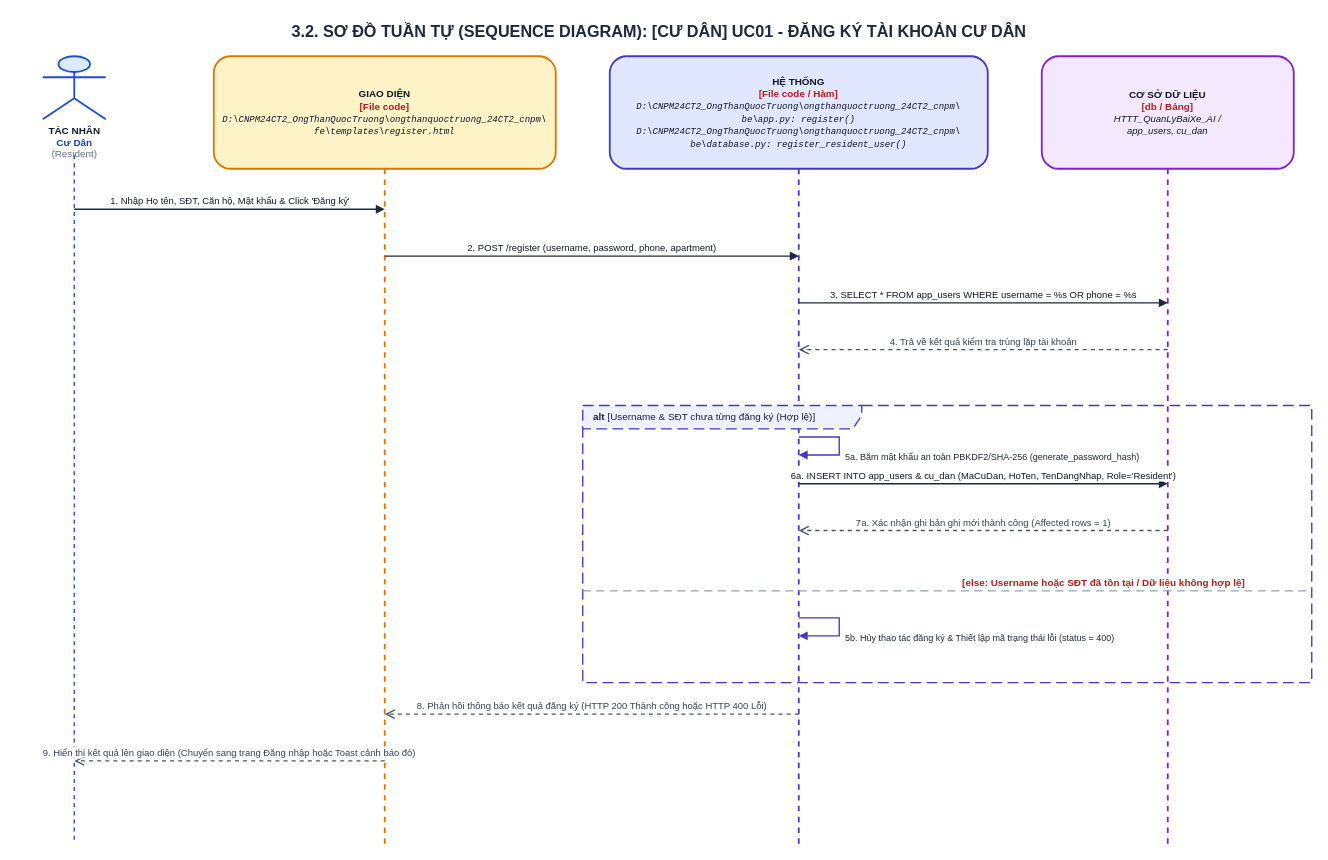
The draw.io diagram ongthanquoctruong_24CT2_cnpm/docs/drawio/uc01_resident_register.drawio in Truong027/CNPM24, before the edit. Source tidied: cells renumbered, new cells numbered last; positions are measured from the earlier drawing's top-left corner, leaving out a move shared by most shapes. Both pictures are drawn from the tidied source at 90%, with x=0, y=0 at pixel (15, 15).
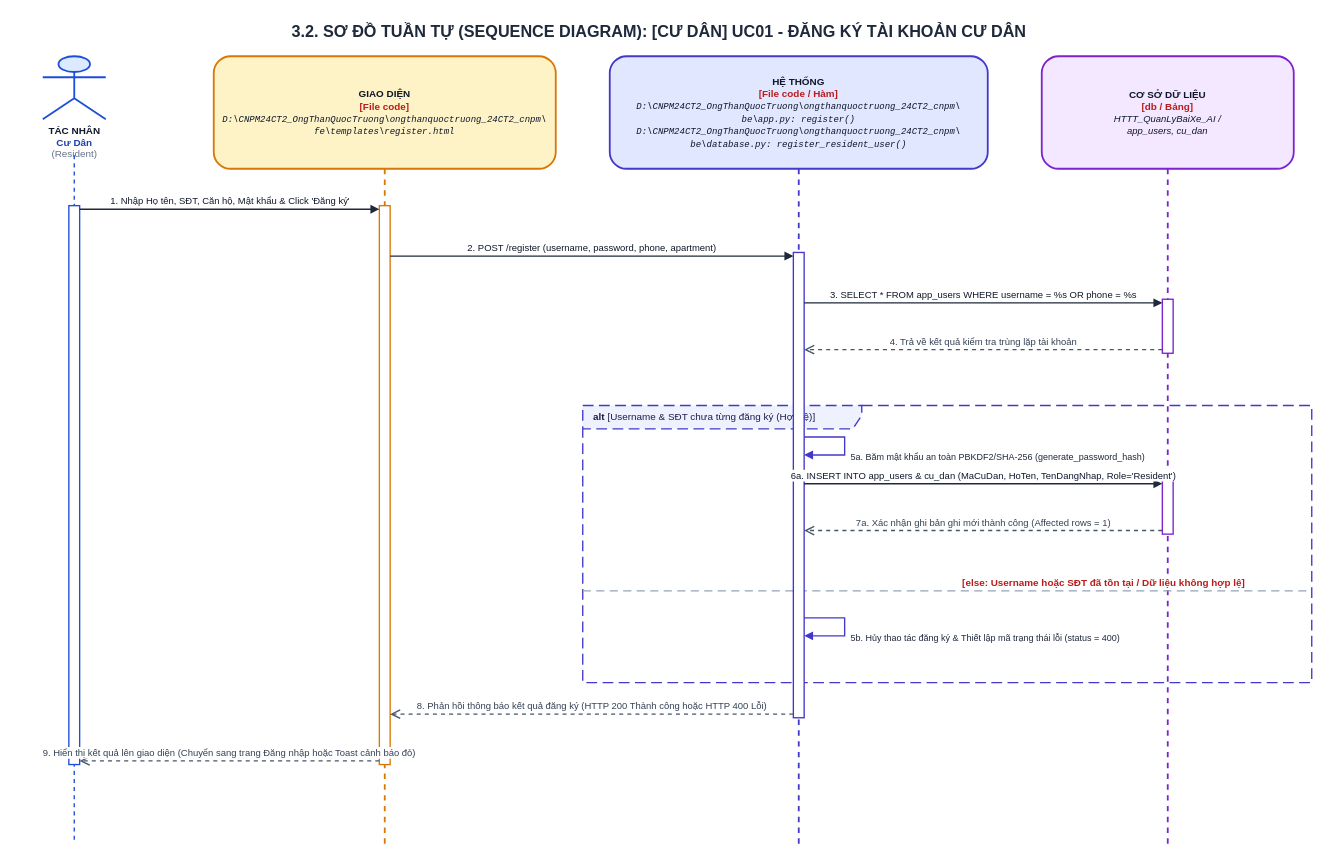
The same page after the edit.

Diff of the diagram source:
```diff
@@
+    <mxCell id="12" value="&lt;b&gt;alt&lt;/b&gt; [Username &amp; SĐT chưa từng đăng ký (Hợp lệ)]" style="shape=umlFrame;whiteSpace=wrap;html=1;width=310;height=26;dashed=1;dashPattern=8 4;strokeColor=#4338CA;fillColor=#EEF2FF;strokeWidth=1.5;align=left;spacingLeft=10;verticalAlign=top;fontStyle=0;fontSize=11;fontColor=#1E1B4B;" parent="1" vertex="1">
+      <mxGeometry x="630" y="433" width="810" height="308" as="geometry" />
+    </mxCell>
+    <mxCell id="16" value="&lt;b&gt;[else: Username hoặc SĐT đã tồn tại / Dữ liệu không hợp lệ]&lt;/b&gt;" style="html=1;strokeWidth=1.5;strokeColor=#94A3B8;dashed=1;dashPattern=6 4;endArrow=none;align=left;verticalAlign=bottom;spacingLeft=15;fontColor=#B91C1C;fontSize=11;fontStyle=0;" parent="1" edge="1">
+      <mxGeometry relative="1" as="geometry">
+        <mxPoint x="630" y="639" as="sourcePoint" />
+        <mxPoint x="1440" y="639" as="targetPoint" />
+      </mxGeometry>
+    </mxCell>
+    <mxCell id="20" style="html=1;perimeter=orthogonalPerimeter;targetShapes=umlLifeline;topToBottom=1;fillColor=#FFFFFF;strokeColor=#1D4ED8;strokeWidth=1.5;rounded=0;" parent="1" vertex="1">
+      <mxGeometry x="59" y="211" width="12" height="621" as="geometry" />
+    </mxCell>
+    <mxCell id="21" style="html=1;perimeter=orthogonalPerimeter;targetShapes=umlLifeline;topToBottom=1;fillColor=#FFFFFF;strokeColor=#D97706;strokeWidth=1.5;rounded=0;" parent="1" vertex="1">
+      <mxGeometry x="404" y="211" width="12" height="621" as="geometry" />
+    </mxCell>
+    <mxCell id="22" style="html=1;perimeter=orthogonalPerimeter;targetShapes=umlLifeline;topToBottom=1;fillColor=#FFFFFF;strokeColor=#4338CA;strokeWidth=1.5;rounded=0;" parent="1" vertex="1">
+      <mxGeometry x="864" y="263" width="12" height="517" as="geometry" />
+    </mxCell>
+    <mxCell id="23" style="html=1;perimeter=orthogonalPerimeter;targetShapes=umlLifeline;topToBottom=1;fillColor=#FFFFFF;strokeColor=#7E22CE;strokeWidth=1.5;rounded=0;" parent="1" vertex="1">
+      <mxGeometry x="1274" y="315" width="12" height="60" as="geometry" />
+    </mxCell>
+    <mxCell id="24" style="html=1;perimeter=orthogonalPerimeter;targetShapes=umlLifeline;topToBottom=1;fillColor=#FFFFFF;strokeColor=#7E22CE;strokeWidth=1.5;rounded=0;" parent="1" vertex="1">
+      <mxGeometry x="1274" y="516" width="12" height="60" as="geometry" />
+    </mxCell>
     <mxCell id="8" value="1. Nhập Họ tên, SĐT, Căn hộ, Mật khẩu &amp; Click 'Đăng ký'" style="html=1;verticalAlign=bottom;endArrow=block;rounded=0;strokeColor=#1E293B;strokeWidth=1.5;fontColor=#0F172A;fontSize=10.5;" parent="1" edge="1">
       <mxGeometry relative="1" as="geometry">
-        <mxPoint x="65" y="215" as="sourcePoint" />
-        <mxPoint x="410" y="215" as="targetPoint" />
+        <mxPoint x="71" y="215" as="sourcePoint" />
+        <mxPoint x="404" y="215" as="targetPoint" />
       </mxGeometry>
     </mxCell>
     <mxCell id="9" value="2. POST /register (username, password, phone, apartment)" style="html=1;verticalAlign=bottom;endArrow=block;rounded=0;strokeColor=#1E293B;strokeWidth=1.5;fontColor=#0F172A;fontSize=10.5;" parent="1" edge="1">
       <mxGeometry relative="1" as="geometry">
-        <mxPoint x="410" y="267" as="sourcePoint" />
-        <mxPoint x="870" y="267" as="targetPoint" />
+        <mxPoint x="416" y="267" as="sourcePoint" />
+        <mxPoint x="864" y="267" as="targetPoint" />
       </mxGeometry>
     </mxCell>
     <mxCell id="10" value="3. SELECT * FROM app_users WHERE username = %s OR phone = %s" style="html=1;verticalAlign=bottom;endArrow=block;rounded=0;strokeColor=#1E293B;strokeWidth=1.5;fontColor=#0F172A;fontSize=10.5;" parent="1" edge="1">
       <mxGeometry relative="1" as="geometry">
-        <mxPoint x="870" y="319" as="sourcePoint" />
-        <mxPoint x="1280" y="319" as="targetPoint" />
+        <mxPoint x="876" y="319" as="sourcePoint" />
+        <mxPoint x="1274" y="319" as="targetPoint" />
       </mxGeometry>
     </mxCell>
     <mxCell id="11" value="4. Trả về kết quả kiểm tra trùng lặp tài khoản" style="html=1;verticalAlign=bottom;endArrow=open;dashed=1;endSize=8;rounded=0;strokeColor=#475569;strokeWidth=1.5;fontColor=#334155;fontSize=10.5;" parent="1" edge="1">
       <mxGeometry relative="1" as="geometry">
-        <mxPoint x="1280" y="371" as="sourcePoint" />
-        <mxPoint x="870" y="371" as="targetPoint" />
+        <mxPoint x="1274" y="371" as="sourcePoint" />
+        <mxPoint x="876" y="371" as="targetPoint" />
       </mxGeometry>
     </mxCell>
-    <mxCell id="12" value="&lt;b&gt;alt&lt;/b&gt; [Username &amp; SĐT chưa từng đăng ký (Hợp lệ)]" style="shape=umlFrame;whiteSpace=wrap;html=1;width=310;height=26;dashed=1;dashPattern=8 4;strokeColor=#4338CA;fillColor=#EEF2FF;strokeWidth=1.5;align=left;spacingLeft=10;verticalAlign=top;fontStyle=0;fontSize=11;fontColor=#1E1B4B;" parent="1" vertex="1">
-      <mxGeometry x="630" y="433" width="810" height="308" as="geometry" />
-    </mxCell>
     <mxCell id="13" value="5a. Băm mật khẩu an toàn PBKDF2/SHA-256 (generate_password_hash)" style="html=1;align=left;spacingLeft=5;verticalAlign=top;endArrow=block;rounded=0;edgeStyle=orthogonalEdgeStyle;curved=0;strokeColor=#4338CA;strokeWidth=1.5;fontColor=#1E293B;fontSize=10;" parent="1" edge="1">
       <mxGeometry relative="1" as="geometry">
-        <mxPoint x="870" y="468" as="sourcePoint" />
-        <mxPoint x="870" y="488" as="targetPoint" />
+        <mxPoint x="876" y="468" as="sourcePoint" />
+        <mxPoint x="876" y="488" as="targetPoint" />
         <Array as="points">
-          <mxPoint x="915" y="468" />
-          <mxPoint x="915" y="488" />
+          <mxPoint x="921" y="468" />
+          <mxPoint x="921" y="488" />
         </Array>
       </mxGeometry>
     </mxCell>
     <mxCell id="14" value="6a. INSERT INTO app_users &amp; cu_dan (MaCuDan, HoTen, TenDangNhap, Role='Resident')" style="html=1;verticalAlign=bottom;endArrow=block;rounded=0;strokeColor=#1E293B;strokeWidth=1.5;fontColor=#0F172A;fontSize=10.5;" parent="1" edge="1">
       <mxGeometry relative="1" as="geometry">
-        <mxPoint x="870" y="520" as="sourcePoint" />
-        <mxPoint x="1280" y="520" as="targetPoint" />
+        <mxPoint x="876" y="520" as="sourcePoint" />
+        <mxPoint x="1274" y="520" as="targetPoint" />
       </mxGeometry>
     </mxCell>
     <mxCell id="15" value="7a. Xác nhận ghi bản ghi mới thành công (Affected rows = 1)" style="html=1;verticalAlign=bottom;endArrow=open;dashed=1;endSize=8;rounded=0;strokeColor=#475569;strokeWidth=1.5;fontColor=#334155;fontSize=10.5;" parent="1" edge="1">
       <mxGeometry relative="1" as="geometry">
-        <mxPoint x="1280" y="572" as="sourcePoint" />
-        <mxPoint x="870" y="572" as="targetPoint" />
+        <mxPoint x="1274" y="572" as="sourcePoint" />
+        <mxPoint x="876" y="572" as="targetPoint" />
       </mxGeometry>
     </mxCell>
-    <mxCell id="16" value="&lt;b&gt;[else: Username hoặc SĐT đã tồn tại / Dữ liệu không hợp lệ]&lt;/b&gt;" style="html=1;strokeWidth=1.5;strokeColor=#94A3B8;dashed=1;dashPattern=6 4;endArrow=none;align=left;verticalAlign=bottom;spacingLeft=15;fontColor=#B91C1C;fontSize=11;fontStyle=0;" parent="1" edge="1">
-      <mxGeometry relative="1" as="geometry">
-        <mxPoint x="630" y="639" as="sourcePoint" />
-        <mxPoint x="1440" y="639" as="targetPoint" />
-      </mxGeometry>
-    </mxCell>
     <mxCell id="17" value="5b. Hủy thao tác đăng ký &amp; Thiết lập mã trạng thái lỗi (status = 400)" style="html=1;align=left;spacingLeft=5;verticalAlign=top;endArrow=block;rounded=0;edgeStyle=orthogonalEdgeStyle;curved=0;strokeColor=#4338CA;strokeWidth=1.5;fontColor=#1E293B;fontSize=10;" parent="1" edge="1">
       <mxGeometry relative="1" as="geometry">
-        <mxPoint x="870" y="669" as="sourcePoint" />
-        <mxPoint x="870" y="689" as="targetPoint" />
+        <mxPoint x="876" y="669" as="sourcePoint" />
+        <mxPoint x="876" y="689" as="targetPoint" />
         <Array as="points">
-          <mxPoint x="915" y="669" />
-          <mxPoint x="915" y="689" />
+          <mxPoint x="921" y="669" />
+          <mxPoint x="921" y="689" />
         </Array>
       </mxGeometry>
     </mxCell>
     <mxCell id="18" value="8. Phản hồi thông báo kết quả đăng ký (HTTP 200 Thành công hoặc HTTP 400 Lỗi)" style="html=1;verticalAlign=bottom;endArrow=open;dashed=1;endSize=8;rounded=0;strokeColor=#475569;strokeWidth=1.5;fontColor=#334155;fontSize=10.5;" parent="1" edge="1">
       <mxGeometry relative="1" as="geometry">
-        <mxPoint x="870" y="776" as="sourcePoint" />
-        <mxPoint x="410" y="776" as="targetPoint" />
+        <mxPoint x="864" y="776" as="sourcePoint" />
+        <mxPoint x="416" y="776" as="targetPoint" />
       </mxGeometry>
     </mxCell>
     <mxCell id="19" value="9. Hiển thị kết quả lên giao diện (Chuyển sang trang Đăng nhập hoặc Toast cảnh báo đỏ)" style="html=1;verticalAlign=bottom;endArrow=open;dashed=1;endSize=8;rounded=0;strokeColor=#475569;strokeWidth=1.5;fontColor=#334155;fontSize=10.5;" parent="1" edge="1">
       <mxGeometry relative="1" as="geometry">
-        <mxPoint x="410" y="828" as="sourcePoint" />
-        <mxPoint x="65" y="828" as="targetPoint" />
+        <mxPoint x="404" y="828" as="sourcePoint" />
+        <mxPoint x="71" y="828" as="targetPoint" />
       </mxGeometry>
     </mxCell>
```
